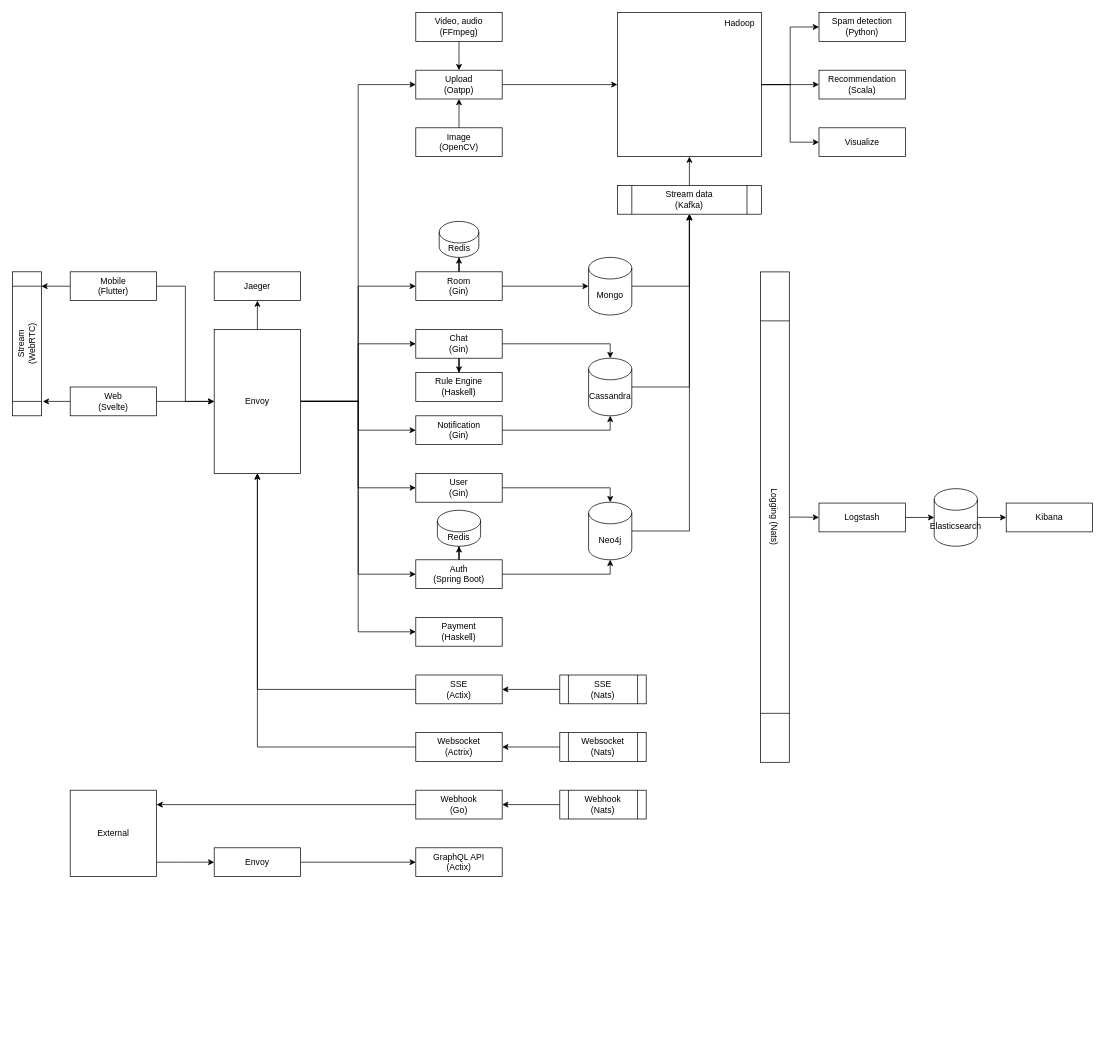
open-chat-org/open-chat keeps this draw.io diagram as document/open-chat.drawio.xml. Above is the earlier version. Source tidied: cells renumbered, new cells numbered last; positions are measured from the earlier drawing's top-left corner, leaving out a move shared by most shapes. Both pictures are drawn from the tidied source at 72%, with x=0, y=0 at pixel (-45, 12).
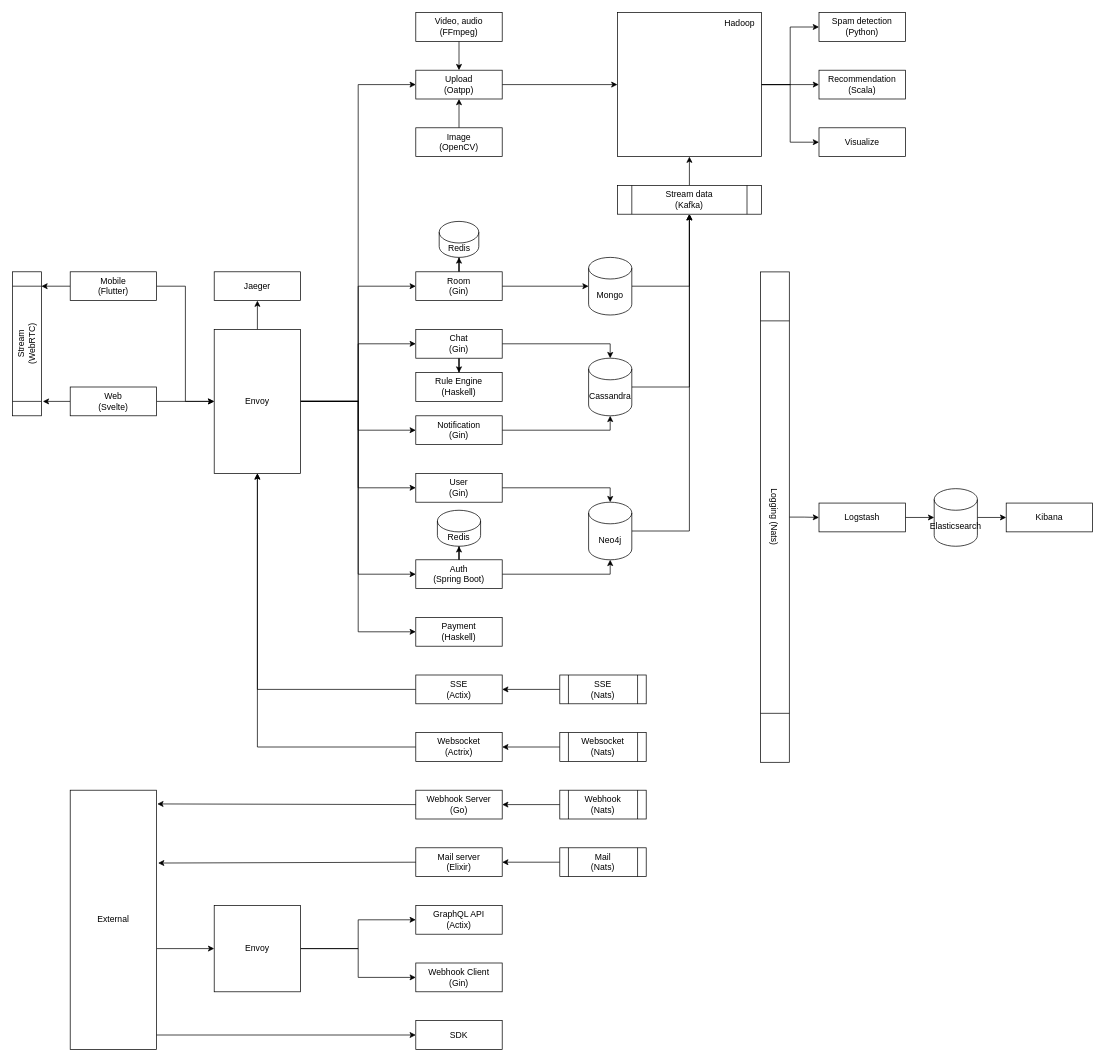
The same diagram, later.

Commit message (it also covers changes not shown here):
✨ Add Mail server, webhook client and SDK to doc

Diff of the diagram source:
```diff
@@
-    <mxCell id="41" style="edgeStyle=orthogonalEdgeStyle;rounded=0;jettySize=auto;html=1;entryX=1;entryY=0.167;entryDx=0;entryDy=0;entryPerimeter=0;" parent="1" edge="1" source="42" target="75">
-      <mxGeometry relative="1" as="geometry" />
-    </mxCell>
-    <mxCell id="42" value="Webhook&lt;br&gt;(Go)" style="rounded=0;whiteSpace=wrap;html=1;" parent="1" vertex="1">
+    <mxCell id="42" value="Webhook Server&lt;br&gt;(Go)" style="rounded=0;whiteSpace=wrap;html=1;" parent="1" vertex="1">
       <mxGeometry x="640" y="1080" width="120" height="40" as="geometry" />
     </mxCell>
@@
     <mxCell id="71" value="GraphQL API&lt;br&gt;(Actix)" style="rounded=0;whiteSpace=wrap;html=1;" parent="1" vertex="1">
-      <mxGeometry x="640" y="1160" width="120" height="40" as="geometry" />
+      <mxGeometry x="640" y="1240" width="120" height="40" as="geometry" />
     </mxCell>
@@
+    <mxCell id="82" style="edgeStyle=orthogonalEdgeStyle;rounded=0;jettySize=auto;html=1;entryX=0;entryY=0.5;entryDx=0;entryDy=0;" parent="1" edge="1" source="73" target="88">
+      <mxGeometry relative="1" as="geometry" />
+    </mxCell>
     <mxCell id="73" value="Envoy" style="rounded=0;whiteSpace=wrap;html=1;" parent="1" vertex="1">
-      <mxGeometry x="360" y="1160" width="120" height="40" as="geometry" />
+      <mxGeometry x="360" y="1240" width="120" height="120" as="geometry" />
     </mxCell>
     <mxCell id="74" style="edgeStyle=orthogonalEdgeStyle;rounded=0;jettySize=auto;html=1;entryX=0;entryY=0.5;entryDx=0;entryDy=0;" parent="1" edge="1" source="75" target="73">
       <mxGeometry relative="1" as="geometry">
         <Array as="points">
-          <mxPoint x="310" y="1180" />
-          <mxPoint x="310" y="1180" />
+          <mxPoint x="300" y="1300" />
+          <mxPoint x="300" y="1300" />
         </Array>
       </mxGeometry>
     </mxCell>
     <mxCell id="75" value="External" style="rounded=0;whiteSpace=wrap;html=1;" parent="1" vertex="1">
-      <mxGeometry x="160" y="1080" width="120" height="120" as="geometry" />
+      <mxGeometry x="160" y="1080" width="120" height="360" as="geometry" />
     </mxCell>
@@
+    <mxCell id="83" value="Mail server&lt;br&gt;(Elixir)" style="rounded=0;whiteSpace=wrap;html=1;" parent="1" vertex="1">
+      <mxGeometry x="640" y="1160" width="120" height="40" as="geometry" />
+    </mxCell>
+    <mxCell id="84" style="edgeStyle=orthogonalEdgeStyle;rounded=0;jettySize=auto;html=1;entryX=1;entryY=0.5;entryDx=0;entryDy=0;" parent="1" edge="1" source="85" target="83">
+      <mxGeometry relative="1" as="geometry" />
+    </mxCell>
+    <mxCell id="85" value="Mail&lt;br&gt;(Nats)" style="shape=process;whiteSpace=wrap;html=1;backgroundOutline=1;" parent="1" vertex="1">
+      <mxGeometry x="840" y="1160" width="120" height="40" as="geometry" />
+    </mxCell>
+    <mxCell id="86" value="SDK" style="rounded=0;whiteSpace=wrap;html=1;" parent="1" vertex="1">
+      <mxGeometry x="640" y="1400" width="120" height="40" as="geometry" />
+    </mxCell>
+    <mxCell id="87" style="endArrow=classic;html=1;rounded=0;entryX=0;entryY=0.5;entryDx=0;entryDy=0;" parent="1" edge="1" target="86">
+      <mxGeometry relative="1" as="geometry">
+        <mxPoint x="280" y="1420" as="sourcePoint" />
+      </mxGeometry>
+    </mxCell>
+    <mxCell id="88" value="Webhook Client&lt;br&gt;(Gin)" style="rounded=0;whiteSpace=wrap;html=1;" parent="1" vertex="1">
+      <mxGeometry x="640" y="1320" width="120" height="40" as="geometry" />
+    </mxCell>
+    <mxCell id="41" style="endArrow=classic;html=1;rounded=0;exitX=0;exitY=0.5;exitDx=0;exitDy=0;entryX=1.008;entryY=0.053;entryDx=0;entryDy=0;entryPerimeter=0;" parent="1" edge="1" source="42" target="75">
+      <mxGeometry relative="1" as="geometry" />
+    </mxCell>
+    <mxCell id="89" style="endArrow=classic;html=1;rounded=0;exitX=0;exitY=0.5;exitDx=0;exitDy=0;entryX=1.017;entryY=0.281;entryDx=0;entryDy=0;entryPerimeter=0;" parent="1" edge="1" source="83" target="75">
+      <mxGeometry relative="1" as="geometry" />
+    </mxCell>
```
